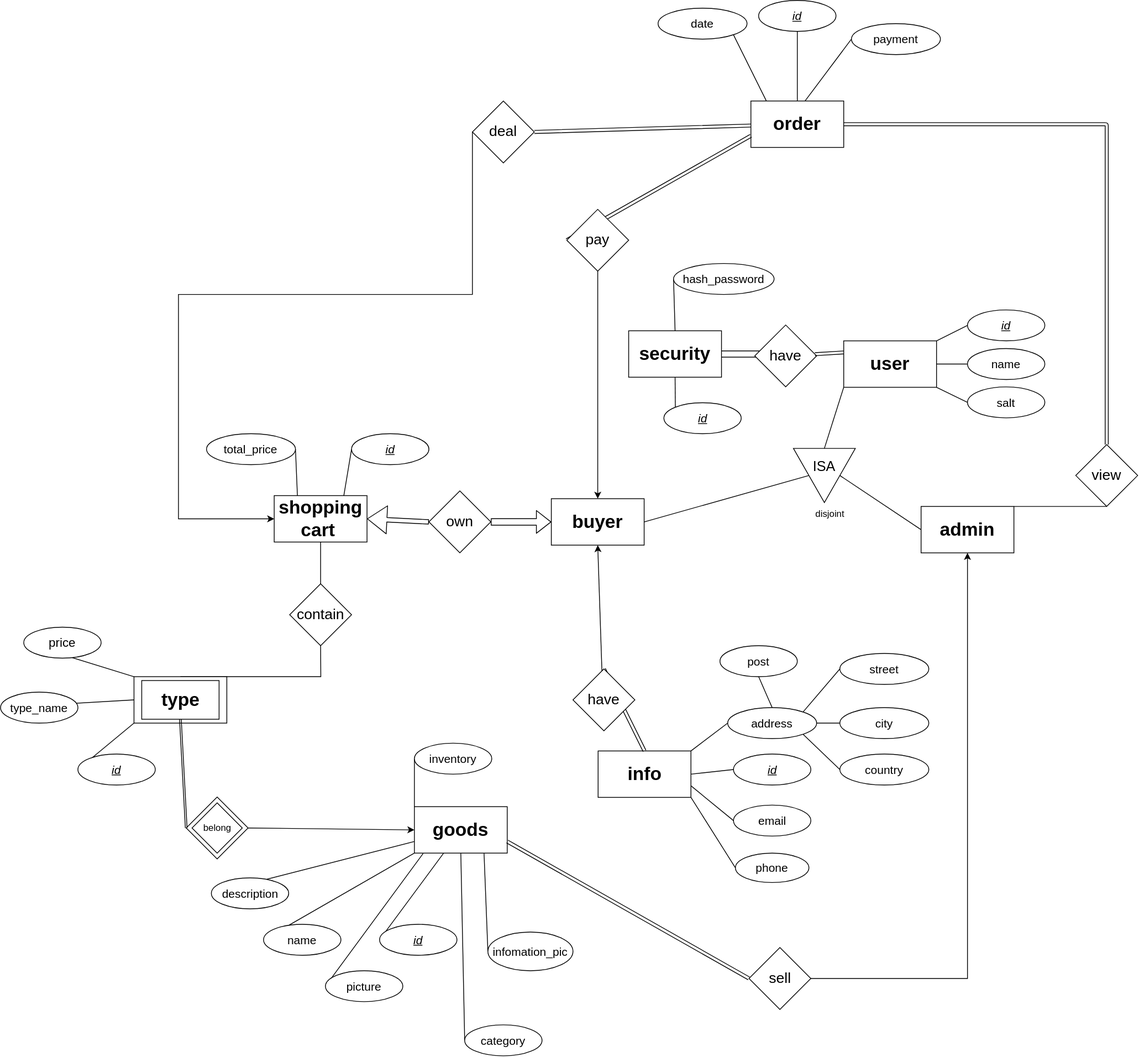
open17/DBMS keeps this draw.io diagram as design/ER1.svg. Above is the earlier version. Source tidied: cells renumbered, new cells last; positions are measured from the earlier drawing's top-left corner, leaving out a move shared by most shapes.
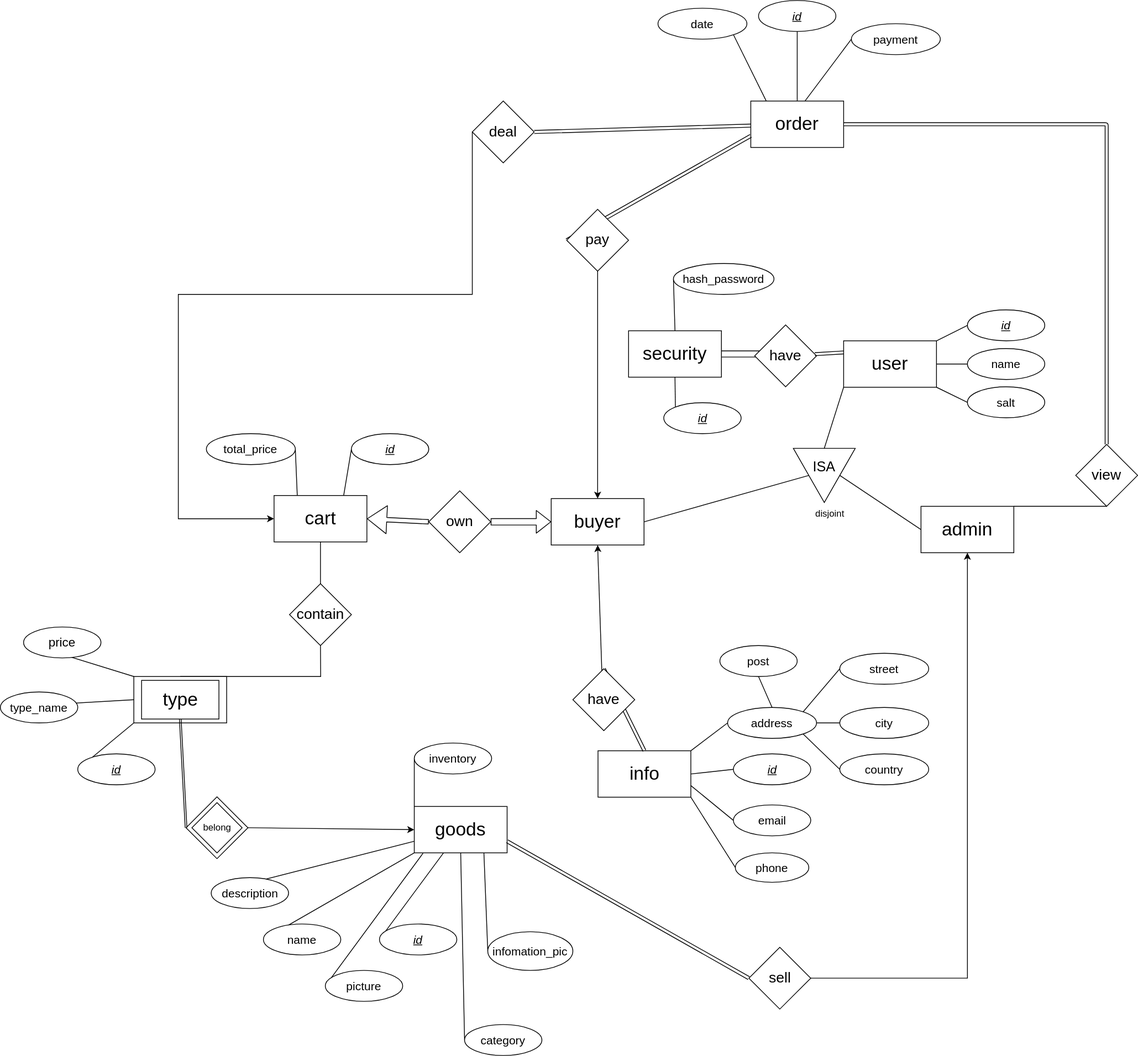
The same file after the commit.

Commit message:
chore: 调整ER图字体大小

What changed in the source:
```diff
@@ -11,19 +11,19 @@
     <mxCell id="4" style="edgeStyle=none;rounded=0;jettySize=auto;html=1;exitX=0;exitY=1;exitDx=0;exitDy=0;entryX=0;entryY=0.5;entryDx=0;entryDy=0;endArrow=none;endFill=0;" parent="1" edge="1" source="5" target="55">
       <mxGeometry relative="1" as="geometry" />
     </mxCell>
-    <mxCell id="5" value="&lt;h1&gt;user&lt;/h1&gt;" style="rounded=0;whiteSpace=wrap;html=1;" parent="1" vertex="1">
+    <mxCell id="5" value="&lt;h1&gt;&lt;span style=&quot;font-weight: normal;&quot;&gt;user&lt;/span&gt;&lt;/h1&gt;" style="rounded=0;whiteSpace=wrap;html=1;" parent="1" vertex="1">
       <mxGeometry x="1090" y="440" width="120" height="60" as="geometry" />
     </mxCell>
-    <mxCell id="6" value="&lt;h1&gt;goods&lt;/h1&gt;" style="rounded=0;whiteSpace=wrap;html=1;" parent="1" vertex="1">
+    <mxCell id="6" value="&lt;h1&gt;&lt;span style=&quot;font-weight: normal;&quot;&gt;goods&lt;/span&gt;&lt;/h1&gt;" style="rounded=0;whiteSpace=wrap;html=1;" parent="1" vertex="1">
       <mxGeometry x="535" y="1042" width="120" height="60" as="geometry" />
     </mxCell>
-    <mxCell id="7" value="&lt;h1&gt;order&lt;/h1&gt;" style="rounded=0;whiteSpace=wrap;html=1;" parent="1" vertex="1">
+    <mxCell id="7" value="&lt;h1&gt;&lt;span style=&quot;font-weight: normal;&quot;&gt;order&lt;/span&gt;&lt;/h1&gt;" style="rounded=0;whiteSpace=wrap;html=1;" parent="1" vertex="1">
       <mxGeometry x="970" y="130" width="120" height="60" as="geometry" />
     </mxCell>
-    <mxCell id="8" value="&lt;h1&gt;info&lt;/h1&gt;" style="rounded=0;whiteSpace=wrap;html=1;" parent="1" vertex="1">
+    <mxCell id="8" value="&lt;h1&gt;&lt;span style=&quot;font-weight: normal;&quot;&gt;info&lt;/span&gt;&lt;/h1&gt;" style="rounded=0;whiteSpace=wrap;html=1;" parent="1" vertex="1">
       <mxGeometry x="772.5" y="970" width="120" height="60" as="geometry" />
     </mxCell>
-    <mxCell id="9" value="&lt;h1&gt;buyer&lt;br&gt;&lt;/h1&gt;" style="rounded=0;whiteSpace=wrap;html=1;" parent="1" vertex="1">
+    <mxCell id="9" value="&lt;h1&gt;&lt;span style=&quot;font-weight: normal;&quot;&gt;buyer&lt;/span&gt;&lt;br&gt;&lt;/h1&gt;" style="rounded=0;whiteSpace=wrap;html=1;" parent="1" vertex="1">
       <mxGeometry x="712" y="644" width="120" height="60" as="geometry" />
     </mxCell>
     <mxCell id="10" value="&lt;font style=&quot;font-size: 15px;&quot;&gt;&lt;i&gt;&lt;u&gt;id&lt;/u&gt;&lt;/i&gt;&lt;/font&gt;" style="ellipse;whiteSpace=wrap;html=1;" parent="1" vertex="1">
@@ -158,7 +158,7 @@
         <mxPoint x="413.6" y="640" as="targetPoint" />
       </mxGeometry>
     </mxCell>
-    <mxCell id="50" value="&lt;h1&gt;admin&lt;br&gt;&lt;/h1&gt;" style="rounded=0;whiteSpace=wrap;html=1;" parent="1" vertex="1">
+    <mxCell id="50" value="&lt;h1&gt;&lt;span style=&quot;font-weight: normal;&quot;&gt;admin&lt;/span&gt;&lt;br&gt;&lt;/h1&gt;" style="rounded=0;whiteSpace=wrap;html=1;" parent="1" vertex="1">
       <mxGeometry x="1190" y="654" width="120" height="60" as="geometry" />
     </mxCell>
     <mxCell id="51" style="rounded=0;jettySize=auto;html=1;entryX=0;entryY=0.5;entryDx=0;entryDy=0;endArrow=none;endFill=0;exitX=0.75;exitY=1;exitDx=0;exitDy=0;" parent="1" edge="1" source="6" target="52">
@@ -210,7 +210,7 @@
     <mxCell id="63" value="&lt;font style=&quot;font-size: 19px;&quot;&gt;deal&lt;br&gt;&lt;/font&gt;" style="rhombus;whiteSpace=wrap;html=1;" parent="1" vertex="1">
       <mxGeometry x="610" y="130" width="80" height="80" as="geometry" />
     </mxCell>
-    <mxCell id="64" value="&lt;h1&gt;shopping cart&amp;nbsp;&lt;br&gt;&lt;/h1&gt;" style="rounded=0;whiteSpace=wrap;html=1;" parent="1" vertex="1">
+    <mxCell id="64" value="&lt;h1&gt;&lt;font style=&quot;font-size: 24px; font-weight: normal;&quot;&gt;&lt;font style=&quot;&quot;&gt;&amp;nbsp;c&lt;/font&gt;art&amp;nbsp;&lt;/font&gt;&lt;/h1&gt;" style="rounded=0;whiteSpace=wrap;html=1;" parent="1" vertex="1">
       <mxGeometry x="353.8" y="640" width="120" height="60" as="geometry" />
     </mxCell>
     <mxCell id="65" style="edgeStyle=none;rounded=0;jettySize=auto;html=1;exitX=0;exitY=0.5;exitDx=0;exitDy=0;shape=link;entryX=0;entryY=0.75;entryDx=0;entryDy=0;" parent="1" edge="1" source="67" target="7">
@@ -263,7 +263,7 @@
     <mxCell id="80" value="&lt;font style=&quot;font-size: 15px;&quot;&gt;salt&lt;/font&gt;" style="ellipse;whiteSpace=wrap;html=1;" parent="1" vertex="1">
       <mxGeometry x="1250" y="499.5" width="100" height="40" as="geometry" />
     </mxCell>
-    <mxCell id="81" value="&lt;h1&gt;security&lt;/h1&gt;" style="rounded=0;whiteSpace=wrap;html=1;" parent="1" vertex="1">
+    <mxCell id="81" value="&lt;h1&gt;&lt;span style=&quot;font-weight: normal;&quot;&gt;security&lt;/span&gt;&lt;/h1&gt;" style="rounded=0;whiteSpace=wrap;html=1;" parent="1" vertex="1">
       <mxGeometry x="812" y="427" width="120" height="60" as="geometry" />
     </mxCell>
     <mxCell id="82" style="edgeStyle=none;rounded=0;jettySize=auto;html=1;exitX=0;exitY=0.5;exitDx=0;exitDy=0;endArrow=none;endFill=0;shape=link;width=-8;entryX=1;entryY=0.5;entryDx=0;entryDy=0;" parent="1" edge="1" target="81">
@@ -292,7 +292,7 @@
     <mxCell id="89" value="&lt;h1&gt;goods&lt;/h1&gt;" style="rounded=0;whiteSpace=wrap;html=1;" parent="1" vertex="1">
       <mxGeometry x="172.5" y="874" width="120" height="60" as="geometry" />
     </mxCell>
-    <mxCell id="90" value="&lt;h1&gt;type&lt;/h1&gt;" style="rounded=0;whiteSpace=wrap;html=1;" parent="1" vertex="1">
+    <mxCell id="90" value="&lt;h1&gt;&lt;span style=&quot;font-weight: normal;&quot;&gt;type&lt;/span&gt;&lt;/h1&gt;" style="rounded=0;whiteSpace=wrap;html=1;" parent="1" vertex="1">
       <mxGeometry x="182.5" y="879" width="100" height="50" as="geometry" />
     </mxCell>
     <mxCell id="91" style="edgeStyle=none;rounded=0;jettySize=auto;html=1;exitX=1;exitY=0.5;exitDx=0;exitDy=0;entryX=0;entryY=0.5;entryDx=0;entryDy=0;" parent="1" edge="1" source="87" target="6">
@@ -322,7 +322,7 @@
     <mxCell id="99" style="group;" parent="1" vertex="1">
       <mxGeometry x="840" y="810" width="10" height="0.3" as="geometry" />
     </mxCell>
-    <mxCell id="100" style="shape=flexArrow;endArrow=classic;html=1;exitX=1;exitY=0.5;exitDx=0;exitDy=0;width=8.333333333333334;endSize=5.933333333333334;entryX=0;entryY=0.5;entryDx=0;entryDy=0;fillColor=default;" parent="1" edge="1" source="48" target="9">
+    <mxCell id="100" style="shape=flexArrow;endArrow=classic;html=1;exitX=1;exitY=0.5;exitDx=0;exitDy=0;width=8.333333333333334;endSize=5.933333333333334;entryX=0;entryY=0.5;entryDx=0;entryDy=0;fillColor=none;" parent="1" edge="1" source="48" target="9">
       <mxGeometry relative="1" as="geometry" />
     </mxCell>
     <mxCell id="101" style="edgeStyle=none;rounded=0;jettySize=auto;html=1;exitX=1;exitY=0.5;exitDx=0;exitDy=0;shape=link;" parent="1" edge="1" source="63" target="7">
```
